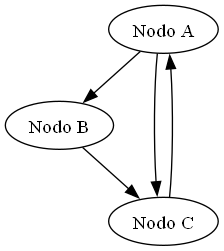
The Graphviz diagram kn1d_tree/ejemplo.png in W-M-plasma-group/KN1DPy, before a commit. Its source is kept beside it as kn1d_tree/ejemplo.dot.
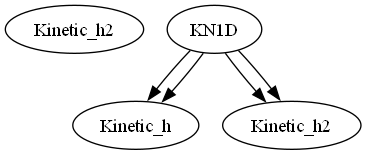
After the commit.

Change to the diagram source:
```diff
@@ -1,9 +1,17 @@
 digraph {
-	A [label="Nodo A"]
-	B [label="Nodo B"]
-	C [label="Nodo C"]
+	KN1D [label=Kinetic_h]
+	KN1D [label=Kinetic_h2]
+	A [label=KN1D]
+	B [label=Kinetic_h]
+	C [label=Kinetic_h2]
+	A [label=KN1D]
+	B [label=Kinetic_h]
+	C [label=Kinetic_h2]
 	A -> B
 	A -> C
-	B -> C
-	C -> A [constrint=false]
+	A [label=KN1D]
+	B [label=Kinetic_h]
+	C [label=Kinetic_h2]
+	A -> B
+	A -> C
 }
```
